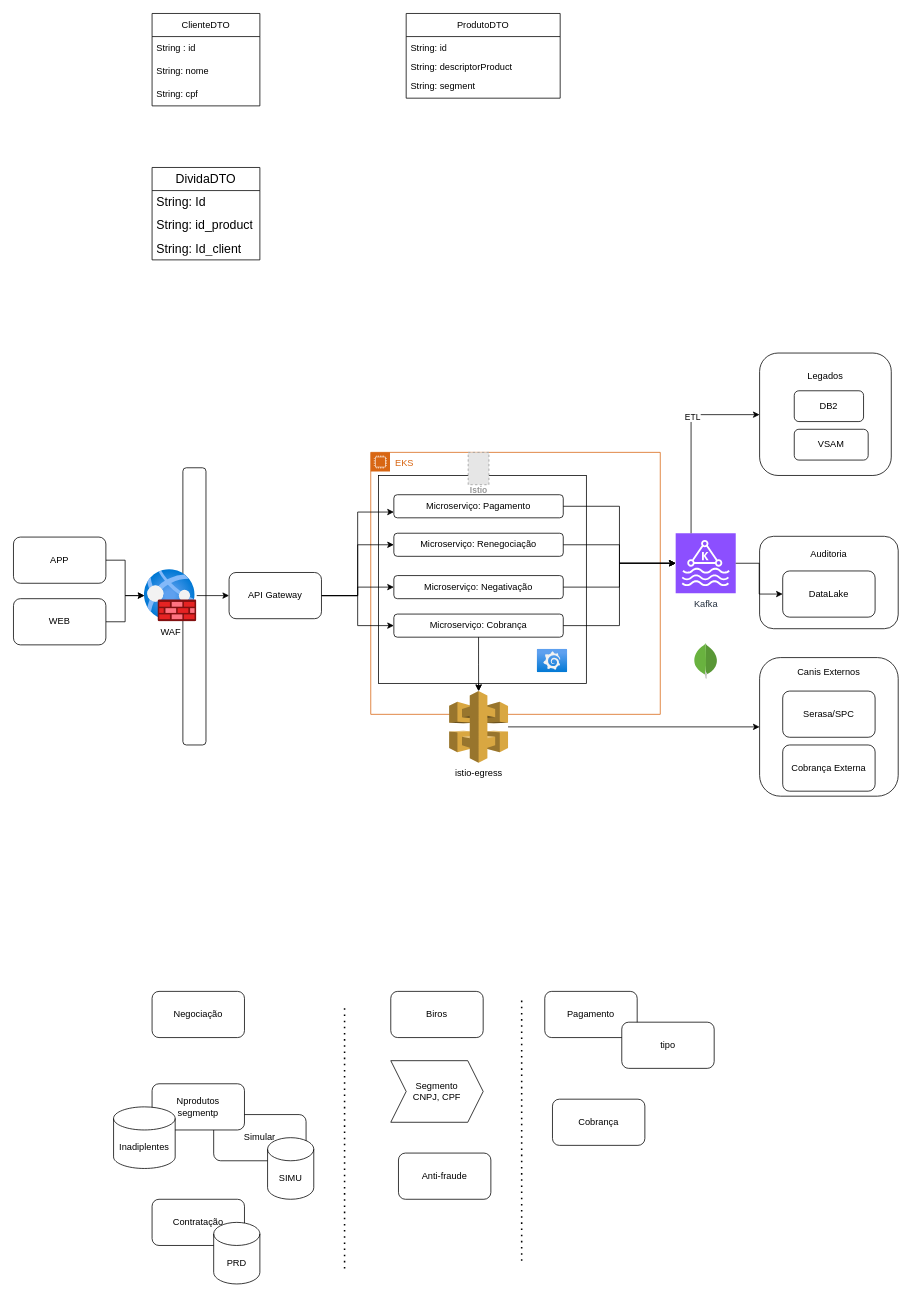
The draw.io diagram itau.drawio in andersoncsprime/entrevista, before the edit. Source tidied: cells renumbered, new cells numbered last; positions are measured from the earlier drawing's top-left corner, leaving out a move shared by most shapes. Both pictures are drawn from the tidied source at 77%, with x=0, y=0 at pixel (13, 13). Pictures stored in the file or linked from it are replaced by grey dashed boxes.
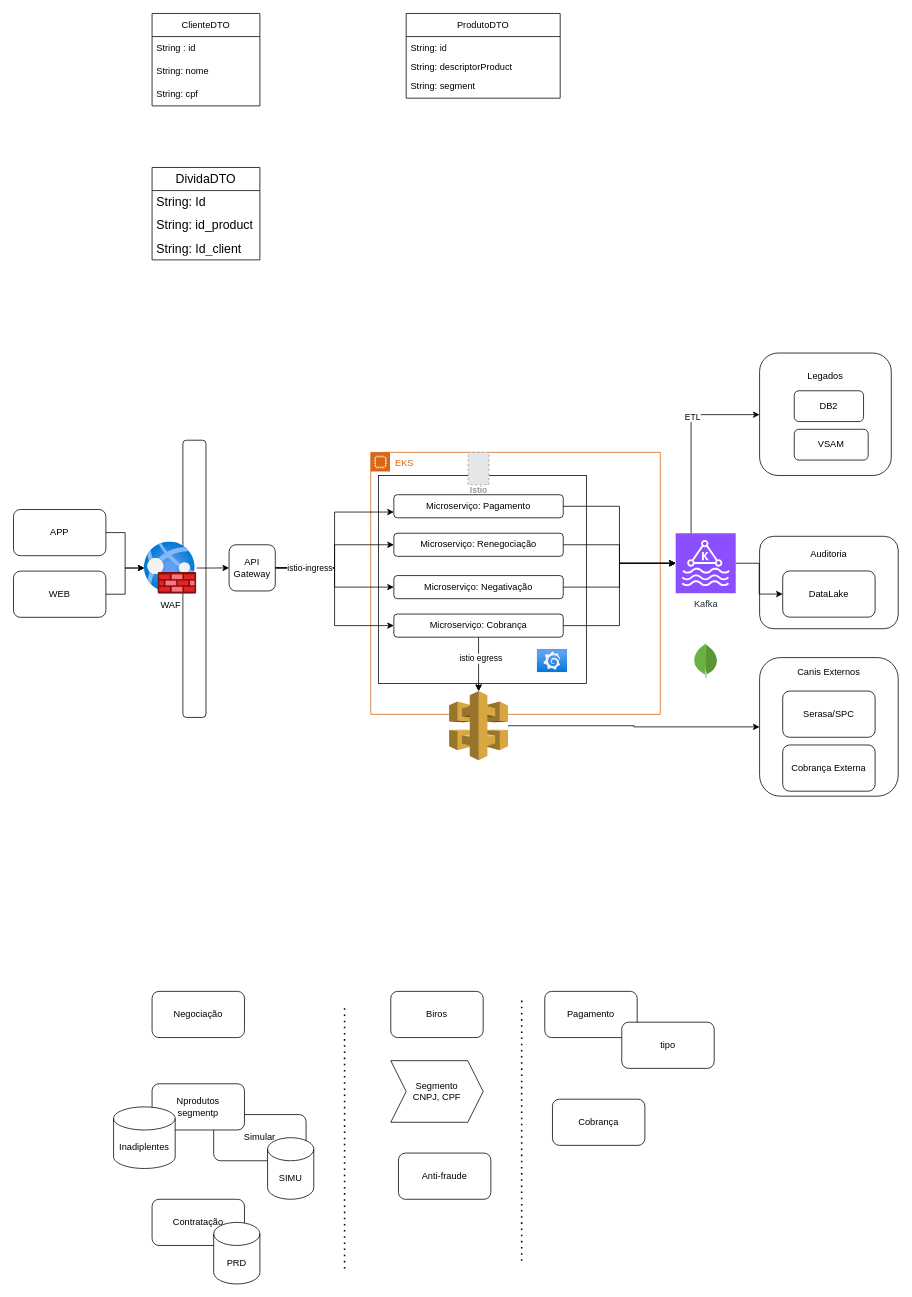
After the change.

Commit message:
Atualização app

Unchanged cells that the change refers to:
```xml
<mxCell id="43" style="edgeStyle=orthogonalEdgeStyle;rounded=0;jettySize=auto;html=1;entryX=0;entryY=0.5;entryDx=0;entryDy=0;" parent="1" edge="1" source="44" target="9">
  <mxGeometry relative="1" as="geometry" />
</mxCell>
<mxCell id="51" style="edgeStyle=orthogonalEdgeStyle;rounded=0;jettySize=auto;html=1;" parent="1" edge="1" source="9" target="50">
  <mxGeometry relative="1" as="geometry" />
</mxCell>
```

Diff of the diagram source:
```diff
@@
     <mxCell id="34" value="APP" style="rounded=1;whiteSpace=wrap;html=1;" parent="1" vertex="1">
-      <mxGeometry y="680" width="120" height="60" as="geometry" />
+      <mxGeometry y="644.2" width="120" height="60" as="geometry" />
     </mxCell>
@@
     <mxCell id="36" value="WEB" style="rounded=1;whiteSpace=wrap;html=1;" parent="1" vertex="1">
-      <mxGeometry y="760" width="120" height="60" as="geometry" />
+      <mxGeometry y="724.2" width="120" height="60" as="geometry" />
     </mxCell>
     <mxCell id="37" style="rounded=1;whiteSpace=wrap;html=1;" parent="1" vertex="1">
-      <mxGeometry x="220" y="590" width="30" height="360" as="geometry" />
+      <mxGeometry x="220" y="554.2" width="30" height="360" as="geometry" />
     </mxCell>
@@
     <mxCell id="39" value="WAF" style="image;html=1;points=[];align=center;fontSize=12;image=img/lib/azure2/networking/Web_Application_Firewall_Policies_WAF.svg;" parent="1" vertex="1">
-      <mxGeometry x="170" y="722" width="68" height="68" as="geometry" />
+      <mxGeometry x="170" y="686.2" width="68" height="68" as="geometry" />
     </mxCell>
@@
+    <mxCell id="70" value="istio-ingress" style="edgeLabel;html=1;align=center;verticalAlign=middle;" parent="43" vertex="1">
+      <mxGeometry x="-0.62" y="1" relative="1" as="geometry" />
+    </mxCell>
     <mxCell id="44" value="API Gateway" style="rounded=1;whiteSpace=wrap;html=1;" parent="1" vertex="1">
-      <mxGeometry x="280" y="726" width="120" height="60" as="geometry" />
+      <mxGeometry x="280" y="690" width="60" height="60" as="geometry" />
     </mxCell>
@@
-    <mxCell id="50" value="istio-egress" style="outlineConnect=0;dashed=0;verticalLabelPosition=bottom;verticalAlign=top;align=center;html=1;shape=mxgraph.aws3.api_gateway;fillColor=#D9A741;gradientColor=none;" parent="1" vertex="1">
-      <mxGeometry x="565.8" y="880" width="76.5" height="93" as="geometry" />
+    <mxCell id="50" style="outlineConnect=0;dashed=0;verticalLabelPosition=bottom;verticalAlign=top;align=center;html=1;shape=mxgraph.aws3.api_gateway;fillColor=#D9A741;gradientColor=none;" parent="1" vertex="1">
+      <mxGeometry x="565.8" y="880" width="76.5" height="90" as="geometry" />
     </mxCell>
@@
+    <mxCell id="71" value="istio egress" style="edgeLabel;html=1;align=center;verticalAlign=middle;" parent="51" vertex="1">
+      <mxGeometry x="-0.23" y="2" relative="1" as="geometry" />
+    </mxCell>
```
